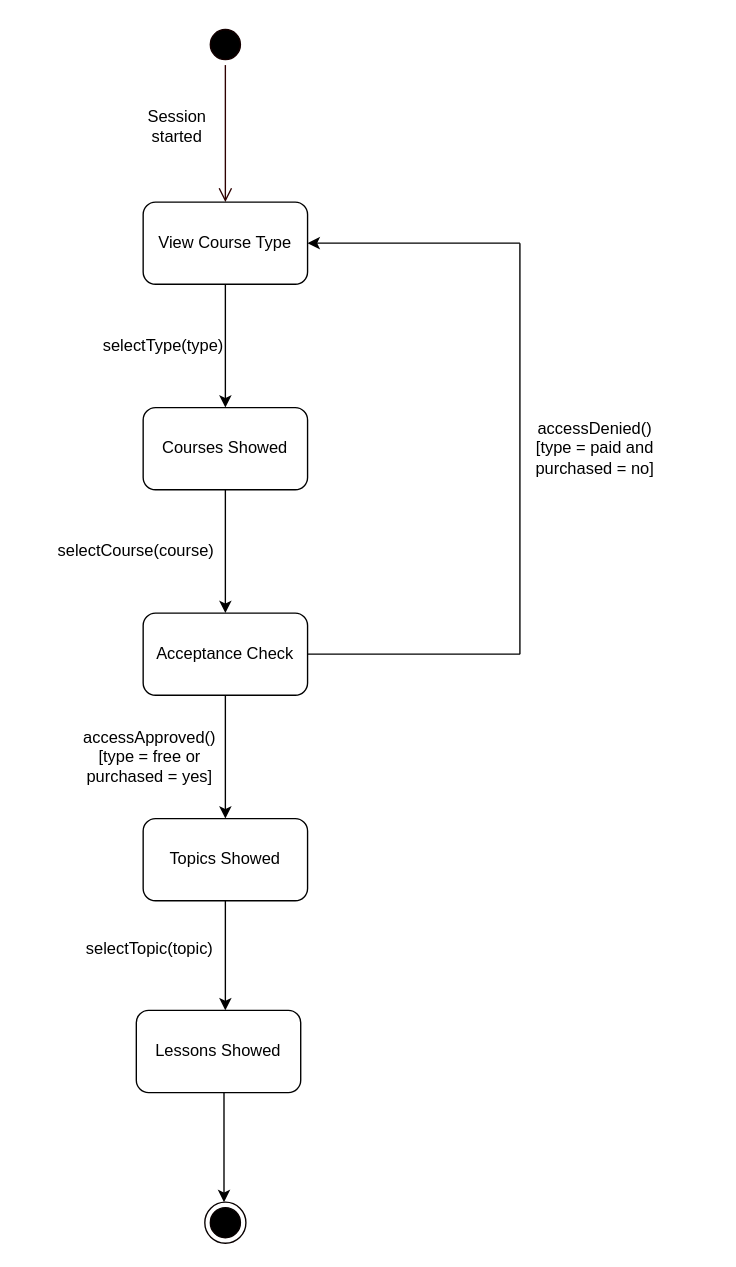
MdHuzzatunAli/ISD keeps this draw.io diagram as page "Selecting Topics" (3 of 8) of fianl_state.drawio. Above is the earlier version. Source tidied: cells renumbered, new cells numbered last; positions are measured from the earlier drawing's top-left corner, leaving out a move shared by most shapes. Both pictures are drawn from the tidied source at 137%, with x=0, y=0 at pixel (95, 23).
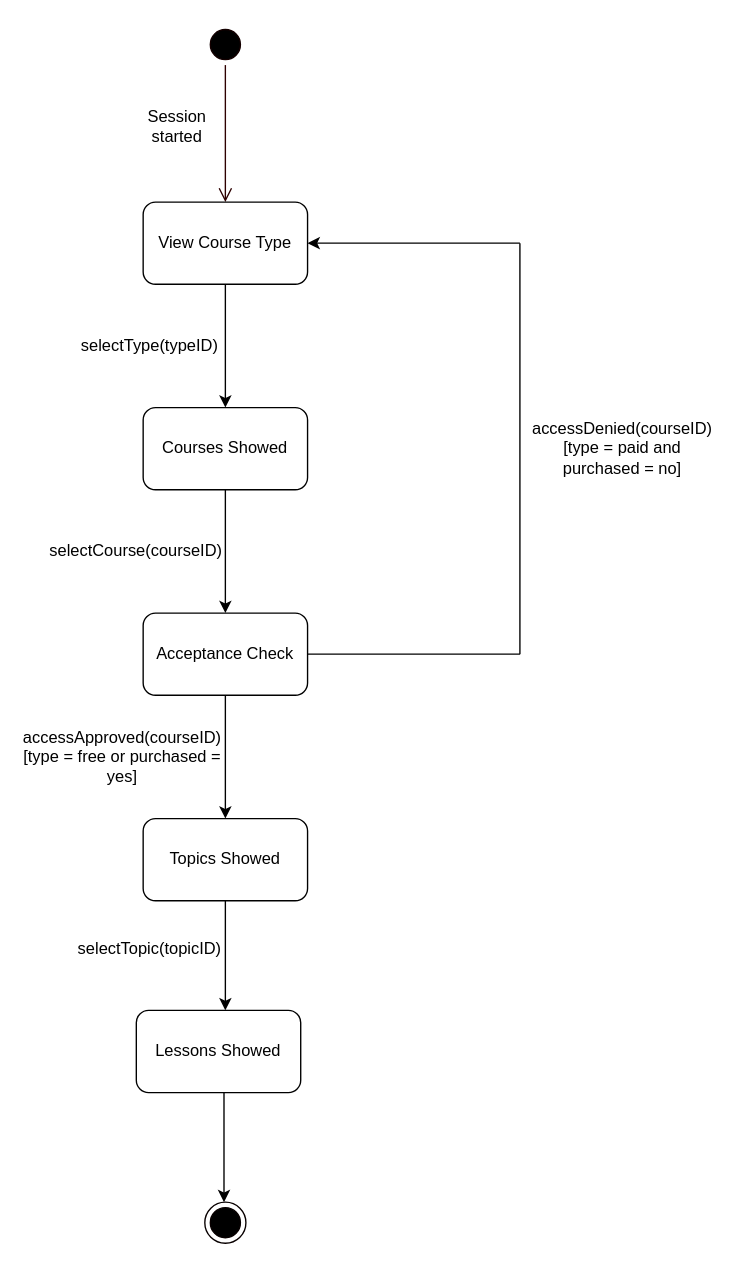
Above is the later version.

Change to the diagram source:
```diff
@@
-    <mxCell id="8" value="selectType(type)" style="text;strokeColor=none;align=center;fillColor=none;html=1;verticalAlign=middle;whiteSpace=wrap;rounded=0;" parent="1" vertex="1">
-      <mxGeometry x="20" y="220" width="60" height="30" as="geometry" />
+    <mxCell id="8" value="selectType(typeID)" style="text;strokeColor=none;align=center;fillColor=none;html=1;verticalAlign=middle;whiteSpace=wrap;rounded=0;" parent="1" vertex="1">
+      <mxGeometry x="10" y="220" width="60" height="30" as="geometry" />
     </mxCell>
@@
-    <mxCell id="10" value="selectCourse(course)" style="text;strokeColor=none;align=center;fillColor=none;html=1;verticalAlign=middle;whiteSpace=wrap;rounded=0;" parent="1" vertex="1">
+    <mxCell id="10" value="selectCourse(courseID)" style="text;strokeColor=none;align=center;fillColor=none;html=1;verticalAlign=middle;whiteSpace=wrap;rounded=0;" parent="1" vertex="1">
       <mxGeometry y="370" width="60" height="30" as="geometry" />
     </mxCell>
@@
-    <mxCell id="16" value="selectTopic(topic)" style="text;strokeColor=none;align=center;fillColor=none;html=1;verticalAlign=middle;whiteSpace=wrap;rounded=0;" parent="1" vertex="1">
+    <mxCell id="16" value="selectTopic(topicID)" style="text;strokeColor=none;align=center;fillColor=none;html=1;verticalAlign=middle;whiteSpace=wrap;rounded=0;" parent="1" vertex="1">
       <mxGeometry x="10" y="660" width="60" height="30" as="geometry" />
     </mxCell>
@@
-    <mxCell id="19" value="&lt;div&gt;accessApproved()&lt;/div&gt;&lt;div&gt;[type = free or purchased = yes]&lt;br&gt;&lt;/div&gt;" style="text;strokeColor=none;align=center;fillColor=none;html=1;verticalAlign=middle;whiteSpace=wrap;rounded=0;" parent="1" vertex="1">
-      <mxGeometry x="10" y="520" width="60" height="30" as="geometry" />
+    <mxCell id="19" value="&lt;div&gt;accessApproved(courseID)&lt;/div&gt;&lt;div&gt;[type = free or purchased = yes]&lt;br&gt;&lt;/div&gt;" style="text;strokeColor=none;align=center;fillColor=none;html=1;verticalAlign=middle;whiteSpace=wrap;rounded=0;" parent="1" vertex="1">
+      <mxGeometry x="-10" y="520" width="60" height="30" as="geometry" />
     </mxCell>
@@
-    <mxCell id="23" value="&lt;div&gt;accessDenied()&lt;/div&gt;&lt;div&gt;[type = paid and purchased = no]&lt;br&gt;&lt;/div&gt;" style="text;strokeColor=none;align=center;fillColor=none;html=1;verticalAlign=middle;whiteSpace=wrap;rounded=0;" parent="1" vertex="1">
-      <mxGeometry x="310" y="295" width="110" height="30" as="geometry" />
+    <mxCell id="23" value="&lt;div&gt;accessDenied(courseID)&lt;/div&gt;&lt;div&gt;[type = paid and purchased = no]&lt;br&gt;&lt;/div&gt;" style="text;strokeColor=none;align=center;fillColor=none;html=1;verticalAlign=middle;whiteSpace=wrap;rounded=0;" parent="1" vertex="1">
+      <mxGeometry x="330" y="295" width="110" height="30" as="geometry" />
     </mxCell>
```
